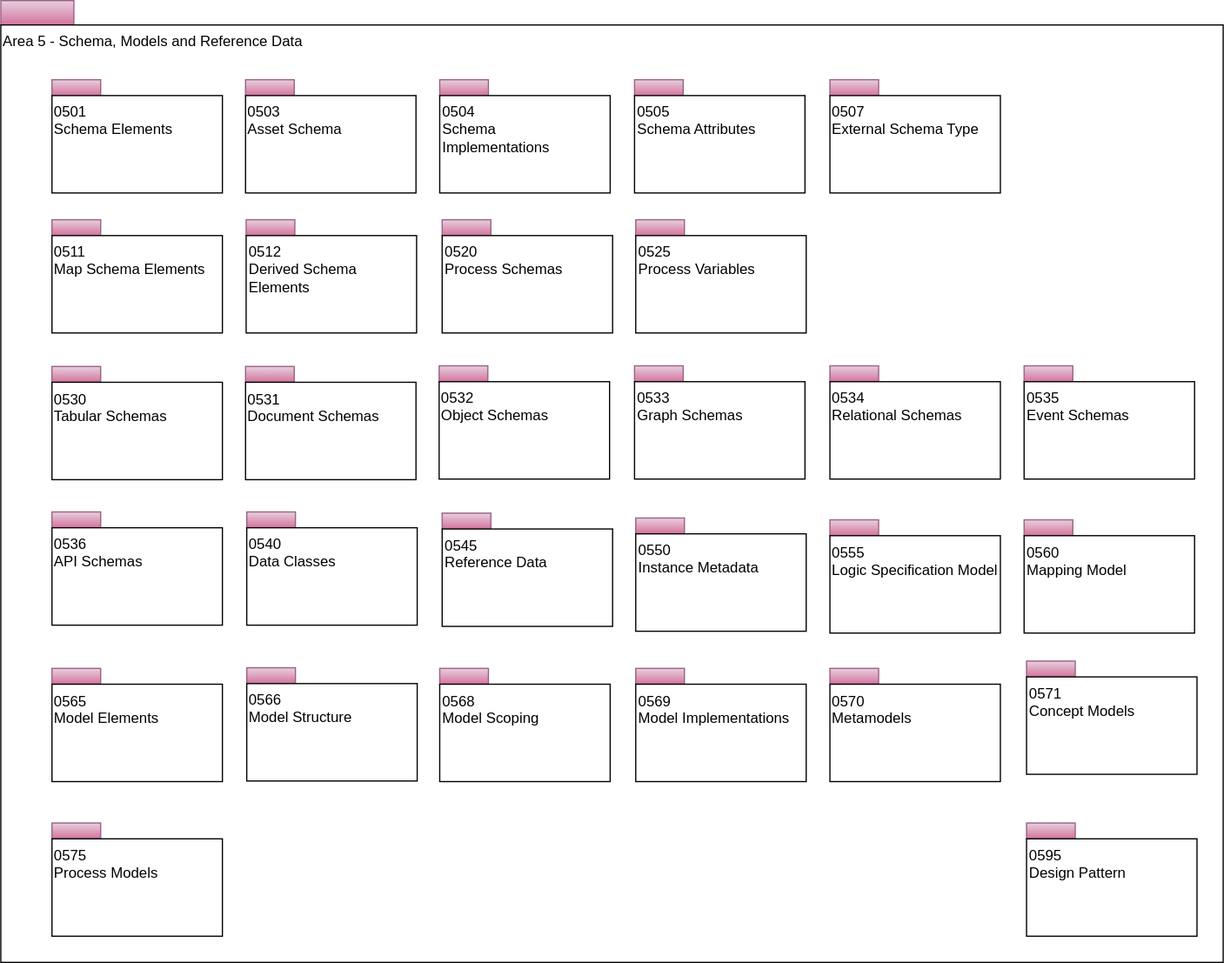
Earlier version of the draw.io export site/docs/types/5/area-5-models-and-schema-overview.svg (odpi/egeria-docs). Source tidied: cells renumbered, new cells last; positions are measured from the earlier drawing's top-left corner, leaving out a move shared by most shapes.
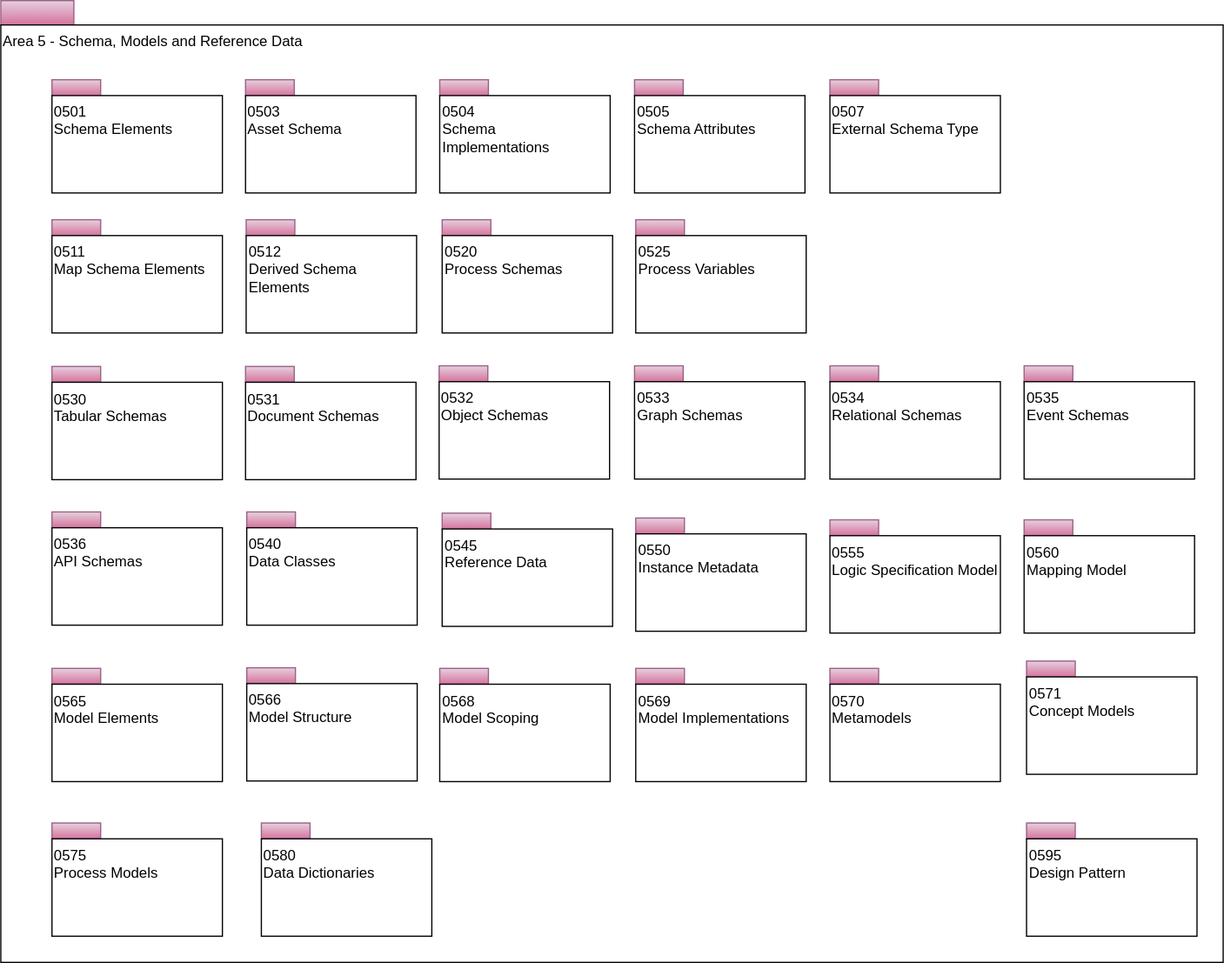
The same file after the commit.

The edit, as a diff of the source:
```diff
@@ -182,5 +182,11 @@
     <mxCell id="61" value="0525&lt;br&gt;Process Variables" style="rounded=0;whiteSpace=wrap;html=1;align=left;verticalAlign=top;" parent="1" vertex="1">
       <mxGeometry x="521.5" y="193" width="140" height="80" as="geometry" />
     </mxCell>
+    <mxCell id="62" style="rounded=0;whiteSpace=wrap;html=1;align=left;fillColor=#e6d0de;strokeColor=#996185;gradientColor=#d5739d;" parent="1" vertex="1">
+      <mxGeometry x="214" y="675.5" width="40" height="13" as="geometry" />
+    </mxCell>
+    <mxCell id="63" value="0580&lt;br&gt;Data Dictionaries" style="rounded=0;whiteSpace=wrap;html=1;align=left;verticalAlign=top;" parent="1" vertex="1">
+      <mxGeometry x="214" y="688.5" width="140" height="80" as="geometry" />
+    </mxCell>
   </root>
 </mxGraphModel>
```
